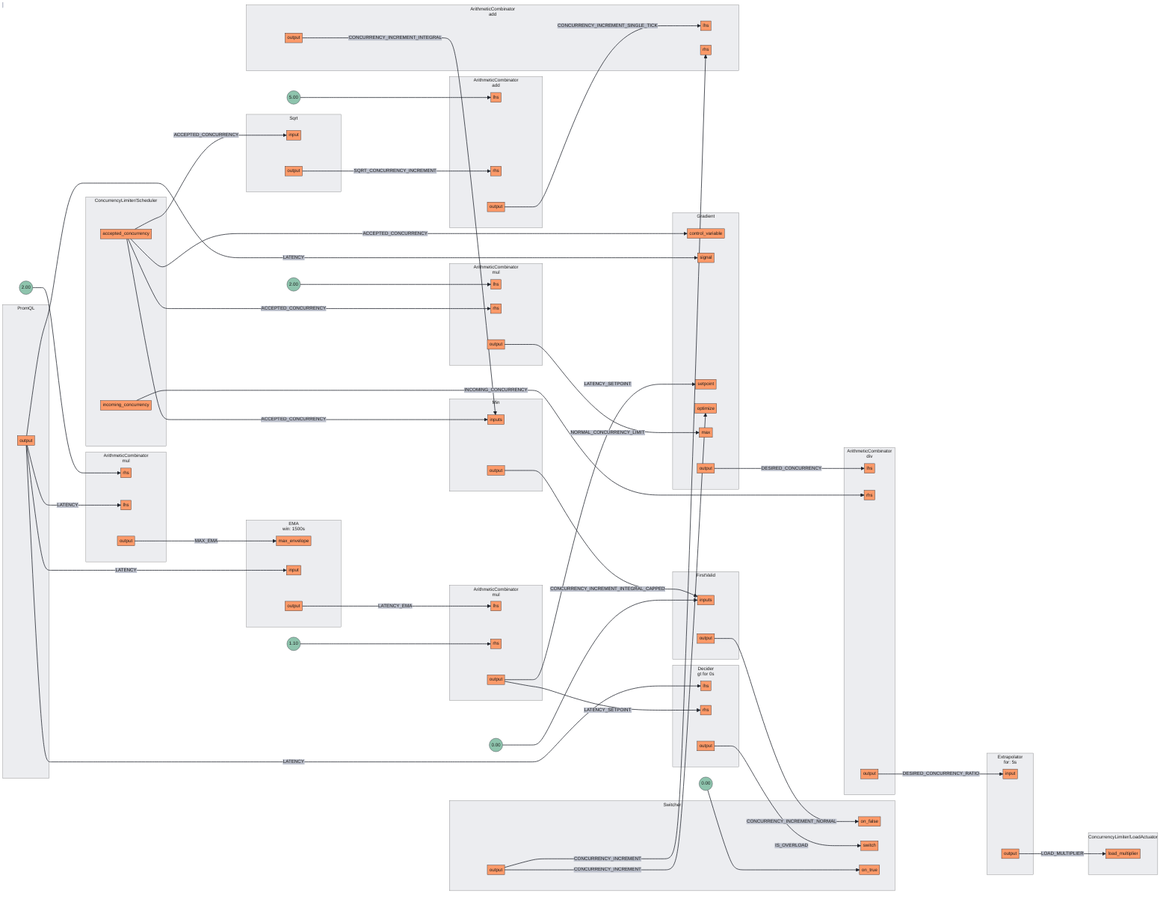
This is docs/content/tutorials/flow-control/assets/basic-concurrency-limiting/basic-concurrency-limiting.mmd.png from fluxninja/aperture, a Mermaid export, as it was before one commit. Its source is kept beside it as docs/content/tutorials/flow-control/assets/basic-concurrency-limiting/basic-concurrency-limiting.mmd. The source it was exported from:
```mermaid
flowchart LR
subgraph 0[<center>ArithmeticCombinator<br/>mul</center>]
subgraph 0_inports[ ]
style 0_inports fill:none,stroke:none
0rhs[rhs]
0lhs[lhs]
end
subgraph 0_outports[ ]
style 0_outports fill:none,stroke:none
0output[output]
end
end
FakeConstant0((2.00))
FakeConstant0 --> 0rhs
subgraph 1[<center>ArithmeticCombinator<br/>mul</center>]
subgraph 1_inports[ ]
style 1_inports fill:none,stroke:none
1lhs[lhs]
1rhs[rhs]
end
subgraph 1_outports[ ]
style 1_outports fill:none,stroke:none
1output[output]
end
end
FakeConstant1((1.10))
FakeConstant1 --> 1rhs
subgraph 2[<center>ArithmeticCombinator<br/>div</center>]
subgraph 2_inports[ ]
style 2_inports fill:none,stroke:none
2lhs[lhs]
2rhs[rhs]
end
subgraph 2_outports[ ]
style 2_outports fill:none,stroke:none
2output[output]
end
end
subgraph 3[<center>ArithmeticCombinator<br/>mul</center>]
subgraph 3_inports[ ]
style 3_inports fill:none,stroke:none
3lhs[lhs]
3rhs[rhs]
end
subgraph 3_outports[ ]
style 3_outports fill:none,stroke:none
3output[output]
end
end
FakeConstant2((2.00))
FakeConstant2 --> 3lhs
subgraph 4[<center>ArithmeticCombinator<br/>add</center>]
subgraph 4_inports[ ]
style 4_inports fill:none,stroke:none
4lhs[lhs]
4rhs[rhs]
end
subgraph 4_outports[ ]
style 4_outports fill:none,stroke:none
4output[output]
end
end
FakeConstant3((5.00))
FakeConstant3 --> 4lhs
subgraph 5[<center>ArithmeticCombinator<br/>add</center>]
subgraph 5_inports[ ]
style 5_inports fill:none,stroke:none
5lhs[lhs]
5rhs[rhs]
end
subgraph 5_outports[ ]
style 5_outports fill:none,stroke:none
5output[output]
end
end
subgraph 6[Min]
subgraph 6_inports[ ]
style 6_inports fill:none,stroke:none
6inputs[inputs]
6inputs[inputs]
end
subgraph 6_outports[ ]
style 6_outports fill:none,stroke:none
6output[output]
end
end
subgraph 7[FirstValid]
subgraph 7_inports[ ]
style 7_inports fill:none,stroke:none
7inputs[inputs]
7inputs[inputs]
end
subgraph 7_outports[ ]
style 7_outports fill:none,stroke:none
7output[output]
end
end
FakeConstant4((0.00))
FakeConstant4 --> 7inputs
subgraph 8[Sqrt]
subgraph 8_inports[ ]
style 8_inports fill:none,stroke:none
8input[input]
end
subgraph 8_outports[ ]
style 8_outports fill:none,stroke:none
8output[output]
end
end
subgraph 9[PromQL]
subgraph 9_outports[ ]
style 9_outports fill:none,stroke:none
9output[output]
end
end
subgraph 10[<center>EMA<br/>win: 1500s</center>]
subgraph 10_inports[ ]
style 10_inports fill:none,stroke:none
10max_envelope[max_envelope]
10input[input]
end
subgraph 10_outports[ ]
style 10_outports fill:none,stroke:none
10output[output]
end
end
subgraph 11[Gradient]
subgraph 11_inports[ ]
style 11_inports fill:none,stroke:none
11control_variable[control_variable]
11signal[signal]
11setpoint[setpoint]
11optimize[optimize]
11max[max]
end
subgraph 11_outports[ ]
style 11_outports fill:none,stroke:none
11output[output]
end
end
subgraph 12[<center>Extrapolator<br/>for: 5s</center>]
subgraph 12_inports[ ]
style 12_inports fill:none,stroke:none
12input[input]
end
subgraph 12_outports[ ]
style 12_outports fill:none,stroke:none
12output[output]
end
end
subgraph 13.Scheduler[ConcurrencyLimiter/Scheduler]
subgraph 13.Scheduler_outports[ ]
style 13.Scheduler_outports fill:none,stroke:none
13.Schedulerincoming_concurrency[incoming_concurrency]
13.Scheduleraccepted_concurrency[accepted_concurrency]
end
end
subgraph 13.LoadActuator[ConcurrencyLimiter/LoadActuator]
subgraph 13.LoadActuator_inports[ ]
style 13.LoadActuator_inports fill:none,stroke:none
13.LoadActuatorload_multiplier[load_multiplier]
end
end
subgraph 15[Switcher]
subgraph 15_inports[ ]
style 15_inports fill:none,stroke:none
15on_false[on_false]
15switch[switch]
15on_true[on_true]
end
subgraph 15_outports[ ]
style 15_outports fill:none,stroke:none
15output[output]
end
end
FakeConstant5((0.00))
FakeConstant5 --> 15on_true
subgraph 14[<center>Decider<br/>gt for 0s</center>]
subgraph 14_inports[ ]
style 14_inports fill:none,stroke:none
14lhs[lhs]
14rhs[rhs]
end
subgraph 14_outports[ ]
style 14_outports fill:none,stroke:none
14output[output]
end
end
8output --> |SQRT_CONCURRENCY_INCREMENT| 4rhs
13.Scheduleraccepted_concurrency --> |ACCEPTED_CONCURRENCY| 3rhs
13.Scheduleraccepted_concurrency --> |ACCEPTED_CONCURRENCY| 6inputs
13.Scheduleraccepted_concurrency --> |ACCEPTED_CONCURRENCY| 8input
13.Scheduleraccepted_concurrency --> |ACCEPTED_CONCURRENCY| 11control_variable
0output --> |MAX_EMA| 10max_envelope
4output --> |CONCURRENCY_INCREMENT_SINGLE_TICK| 5lhs
6output --> |CONCURRENCY_INCREMENT_INTEGRAL_CAPPED| 7inputs
10output --> |LATENCY_EMA| 1lhs
14output --> |IS_OVERLOAD| 15switch
2output --> |DESIRED_CONCURRENCY_RATIO| 12input
7output --> |CONCURRENCY_INCREMENT_NORMAL| 15on_false
9output --> |LATENCY| 0lhs
9output --> |LATENCY| 10input
9output --> |LATENCY| 11signal
9output --> |LATENCY| 14lhs
12output --> |LOAD_MULTIPLIER| 13.LoadActuatorload_multiplier
15output --> |CONCURRENCY_INCREMENT| 5rhs
15output --> |CONCURRENCY_INCREMENT| 11optimize
1output --> |LATENCY_SETPOINT| 11setpoint
1output --> |LATENCY_SETPOINT| 14rhs
5output --> |CONCURRENCY_INCREMENT_INTEGRAL| 6inputs
11output --> |DESIRED_CONCURRENCY| 2lhs
13.Schedulerincoming_concurrency --> |INCOMING_CONCURRENCY| 2rhs
3output --> |NORMAL_CONCURRENCY_LIMIT| 11max
```
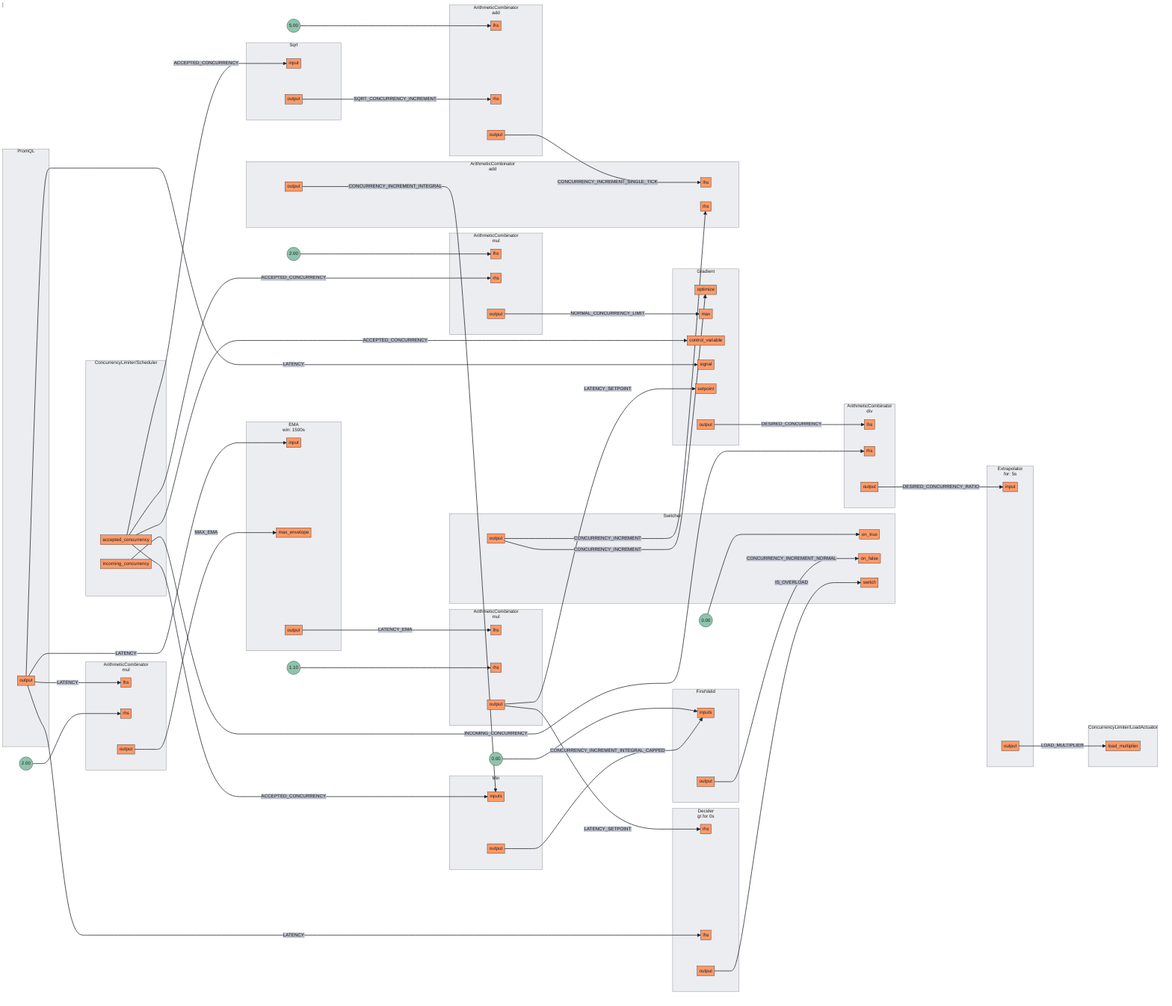
The same diagram one commit later.

Diff of the diagram source:
```diff
@@ -2,8 +2,8 @@
 subgraph 0[<center>ArithmeticCombinator<br/>mul</center>]
 subgraph 0_inports[ ]
 style 0_inports fill:none,stroke:none
+0lhs[lhs]
 0rhs[rhs]
-0lhs[lhs]
 end
 subgraph 0_outports[ ]
 style 0_outports fill:none,stroke:none
@@ -116,8 +116,8 @@
 subgraph 10[<center>EMA<br/>win: 1500s</center>]
 subgraph 10_inports[ ]
 style 10_inports fill:none,stroke:none
+10input[input]
 10max_envelope[max_envelope]
-10input[input]
 end
 subgraph 10_outports[ ]
 style 10_outports fill:none,stroke:none
@@ -127,11 +127,11 @@
 subgraph 11[Gradient]
 subgraph 11_inports[ ]
 style 11_inports fill:none,stroke:none
+11optimize[optimize]
+11max[max]
 11control_variable[control_variable]
 11signal[signal]
 11setpoint[setpoint]
-11optimize[optimize]
-11max[max]
 end
 subgraph 11_outports[ ]
 style 11_outports fill:none,stroke:none
@@ -151,8 +151,8 @@
 subgraph 13.Scheduler[ConcurrencyLimiter/Scheduler]
 subgraph 13.Scheduler_outports[ ]
 style 13.Scheduler_outports fill:none,stroke:none
+13.Scheduleraccepted_concurrency[accepted_concurrency]
 13.Schedulerincoming_concurrency[incoming_concurrency]
-13.Scheduleraccepted_concurrency[accepted_concurrency]
 end
 end
 subgraph 13.LoadActuator[ConcurrencyLimiter/LoadActuator]
@@ -164,9 +164,9 @@
 subgraph 15[Switcher]
 subgraph 15_inports[ ]
 style 15_inports fill:none,stroke:none
+15on_true[on_true]
 15on_false[on_false]
 15switch[switch]
-15on_true[on_true]
 end
 subgraph 15_outports[ ]
 style 15_outports fill:none,stroke:none
@@ -178,36 +178,36 @@
 subgraph 14[<center>Decider<br/>gt for 0s</center>]
 subgraph 14_inports[ ]
 style 14_inports fill:none,stroke:none
+14rhs[rhs]
 14lhs[lhs]
-14rhs[rhs]
 end
 subgraph 14_outports[ ]
 style 14_outports fill:none,stroke:none
 14output[output]
 end
 end
-8output --> |SQRT_CONCURRENCY_INCREMENT| 4rhs
+5output --> |CONCURRENCY_INCREMENT_INTEGRAL| 6inputs
+9output --> |LATENCY| 0lhs
+9output --> |LATENCY| 10input
+9output --> |LATENCY| 11signal
+9output --> |LATENCY| 14lhs
+11output --> |DESIRED_CONCURRENCY| 2lhs
+12output --> |LOAD_MULTIPLIER| 13.LoadActuatorload_multiplier
+0output --> |MAX_EMA| 10max_envelope
+6output --> |CONCURRENCY_INCREMENT_INTEGRAL_CAPPED| 7inputs
+13.Schedulerincoming_concurrency --> |INCOMING_CONCURRENCY| 2rhs
+1output --> |LATENCY_SETPOINT| 11setpoint
+1output --> |LATENCY_SETPOINT| 14rhs
+2output --> |DESIRED_CONCURRENCY_RATIO| 12input
+7output --> |CONCURRENCY_INCREMENT_NORMAL| 15on_false
+10output --> |LATENCY_EMA| 1lhs
 13.Scheduleraccepted_concurrency --> |ACCEPTED_CONCURRENCY| 3rhs
 13.Scheduleraccepted_concurrency --> |ACCEPTED_CONCURRENCY| 6inputs
 13.Scheduleraccepted_concurrency --> |ACCEPTED_CONCURRENCY| 8input
 13.Scheduleraccepted_concurrency --> |ACCEPTED_CONCURRENCY| 11control_variable
-0output --> |MAX_EMA| 10max_envelope
-4output --> |CONCURRENCY_INCREMENT_SINGLE_TICK| 5lhs
-6output --> |CONCURRENCY_INCREMENT_INTEGRAL_CAPPED| 7inputs
-10output --> |LATENCY_EMA| 1lhs
 14output --> |IS_OVERLOAD| 15switch
-2output --> |DESIRED_CONCURRENCY_RATIO| 12input
-7output --> |CONCURRENCY_INCREMENT_NORMAL| 15on_false
-9output --> |LATENCY| 0lhs
-9output --> |LATENCY| 10input
-9output --> |LATENCY| 11signal
-9output --> |LATENCY| 14lhs
-12output --> |LOAD_MULTIPLIER| 13.LoadActuatorload_multiplier
 15output --> |CONCURRENCY_INCREMENT| 5rhs
 15output --> |CONCURRENCY_INCREMENT| 11optimize
-1output --> |LATENCY_SETPOINT| 11setpoint
-1output --> |LATENCY_SETPOINT| 14rhs
-5output --> |CONCURRENCY_INCREMENT_INTEGRAL| 6inputs
-11output --> |DESIRED_CONCURRENCY| 2lhs
-13.Schedulerincoming_concurrency --> |INCOMING_CONCURRENCY| 2rhs
 3output --> |NORMAL_CONCURRENCY_LIMIT| 11max
+4output --> |CONCURRENCY_INCREMENT_SINGLE_TICK| 5lhs
+8output --> |SQRT_CONCURRENCY_INCREMENT| 4rhs
```
